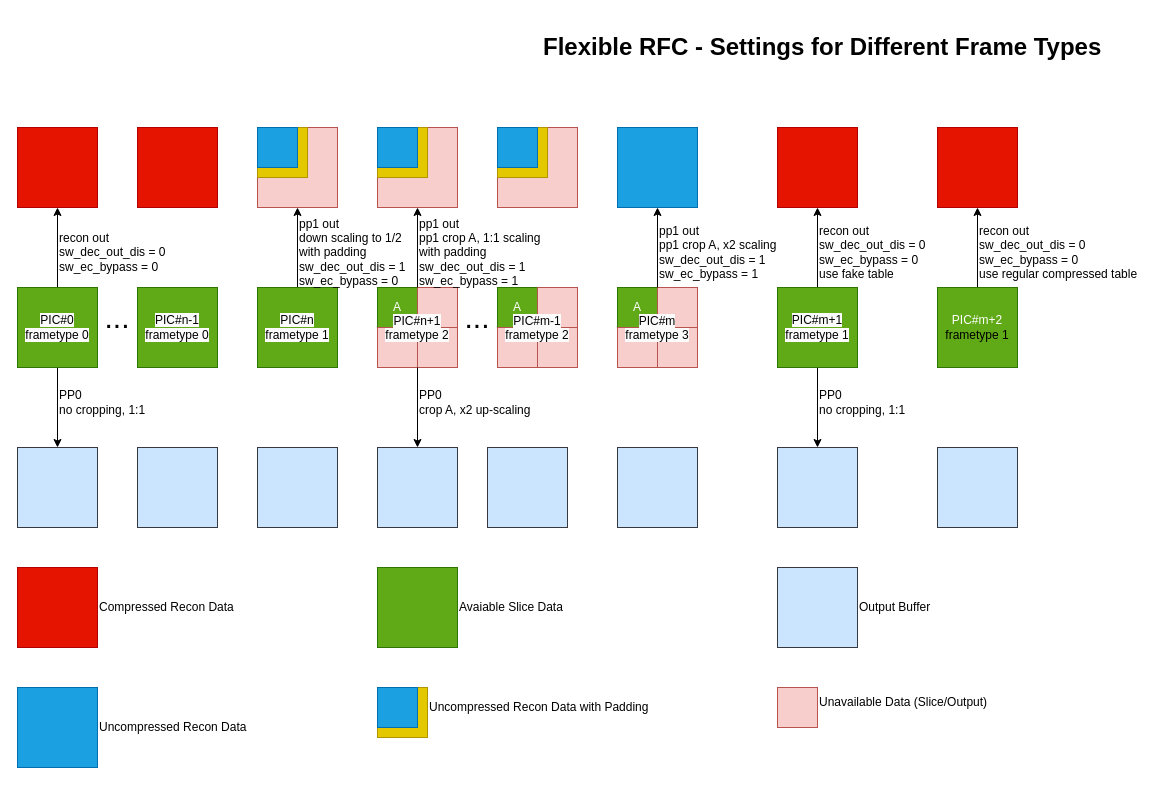
Before: flexible_compression.drawio in chenmin82/diagrams, a draw.io diagram. Source tidied: cells renumbered, new cells numbered last; positions are measured from the earlier drawing's top-left corner, leaving out a move shared by most shapes. Both pictures are drawn from the tidied source at 100%, with x=0, y=0 at pixel (17, 27).
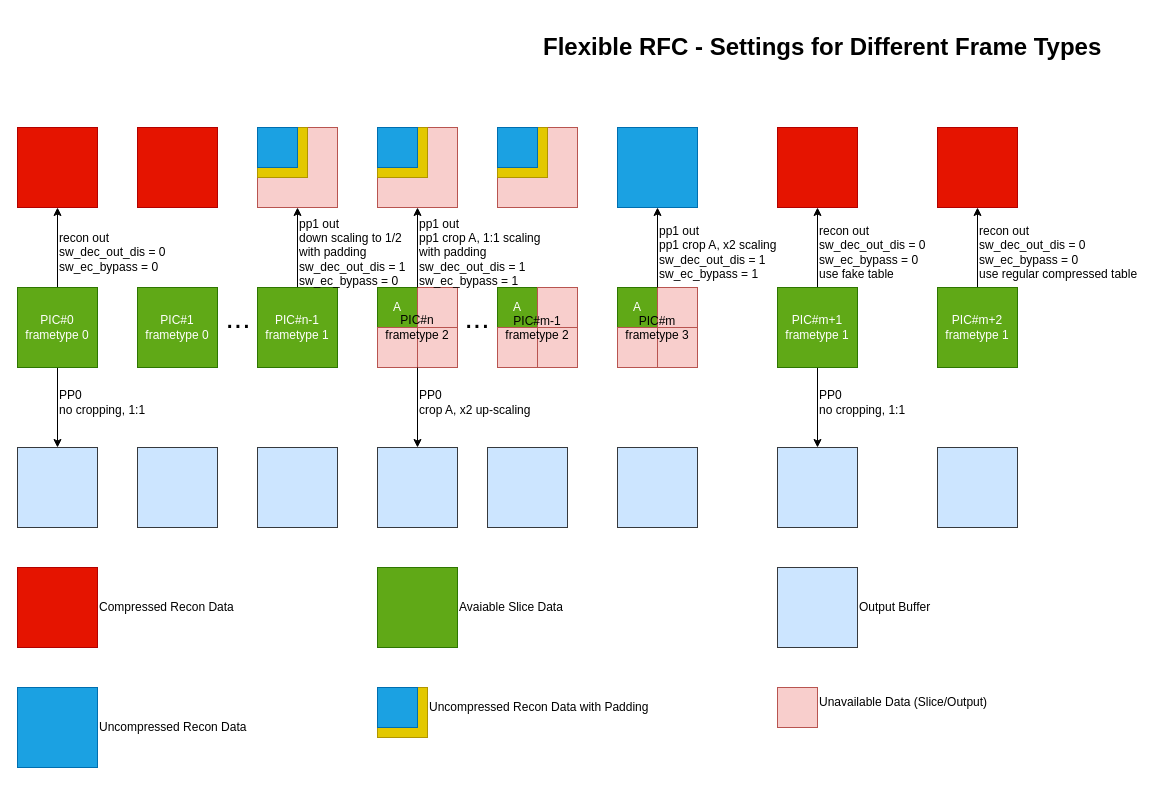
The same diagram, later.

The change refers to these unchanged cells:
```xml
<mxCell id="14" style="group;fillColor=none;" parent="1" vertex="1">
  <mxGeometry x="480" y="260" width="80" height="80" as="geometry" />
</mxCell>
<mxCell id="20" style="group;fillColor=none;" parent="1" vertex="1">
  <mxGeometry x="600" y="260" width="80" height="80" as="geometry" />
</mxCell>
```

The edit, as a diff of the source:
```diff
@@
-    <mxCell id="2" value="&lt;span style=&quot;color: rgb(0, 0, 0); font-family: Helvetica; font-size: 12px; font-style: normal; font-variant-ligatures: normal; font-variant-caps: normal; font-weight: 400; letter-spacing: normal; orphans: 2; text-align: center; text-indent: 0px; text-transform: none; widows: 2; word-spacing: 0px; -webkit-text-stroke-width: 0px; background-color: rgb(251, 251, 251); text-decoration-thickness: initial; text-decoration-style: initial; text-decoration-color: initial; float: none; display: inline !important;&quot;&gt;PIC#n-1&lt;/span&gt;&lt;br style=&quot;border-color: var(--border-color); color: rgb(0, 0, 0); font-family: Helvetica; font-size: 12px; font-style: normal; font-variant-ligatures: normal; font-variant-caps: normal; font-weight: 400; letter-spacing: normal; orphans: 2; text-align: center; text-indent: 0px; text-transform: none; widows: 2; word-spacing: 0px; -webkit-text-stroke-width: 0px; background-color: rgb(251, 251, 251); text-decoration-thickness: initial; text-decoration-style: initial; text-decoration-color: initial;&quot;&gt;&lt;span style=&quot;color: rgb(0, 0, 0); font-family: Helvetica; font-size: 12px; font-style: normal; font-variant-ligatures: normal; font-variant-caps: normal; font-weight: 400; letter-spacing: normal; orphans: 2; text-align: center; text-indent: 0px; text-transform: none; widows: 2; word-spacing: 0px; -webkit-text-stroke-width: 0px; background-color: rgb(251, 251, 251); text-decoration-thickness: initial; text-decoration-style: initial; text-decoration-color: initial; float: none; display: inline !important;&quot;&gt;frametype 0&lt;/span&gt;&lt;br&gt;" style="rounded=0;whiteSpace=wrap;html=1;fillColor=#60a917;fontColor=#ffffff;strokeColor=#2D7600;" parent="1" vertex="1">
+    <mxCell id="2" value="&lt;font&gt;PIC#1 frametype 0&lt;/font&gt;" style="rounded=0;whiteSpace=wrap;html=1;fillColor=#60a917;fontColor=#FFFFFF;strokeColor=#2D7600;labelBackgroundColor=none;" parent="1" vertex="1">
       <mxGeometry x="120" y="260" width="80" height="80" as="geometry" />
     </mxCell>
-    <mxCell id="3" style="group;fillColor=none;" parent="1" vertex="1">
-      <mxGeometry x="360" y="260" width="80" height="80" as="geometry" />
+    <mxCell id="3" style="group;fillColor=none;labelBackgroundColor=none;whiteSpace=wrap;html=1;" parent="1" vertex="1">
+      <mxGeometry x="360" y="260" width="100" height="80" as="geometry" />
     </mxCell>
@@
-    <mxCell id="8" value="&lt;span style=&quot;color: rgb(0, 0, 0); font-family: Helvetica; font-size: 12px; font-style: normal; font-variant-ligatures: normal; font-variant-caps: normal; font-weight: 400; letter-spacing: normal; orphans: 2; text-indent: 0px; text-transform: none; widows: 2; word-spacing: 0px; -webkit-text-stroke-width: 0px; background-color: rgb(251, 251, 251); text-decoration-thickness: initial; text-decoration-style: initial; text-decoration-color: initial; float: none; display: inline !important;&quot;&gt;PIC#n+1&lt;/span&gt;&lt;br style=&quot;border-color: var(--border-color); color: rgb(0, 0, 0); font-family: Helvetica; font-size: 12px; font-style: normal; font-variant-ligatures: normal; font-variant-caps: normal; font-weight: 400; letter-spacing: normal; orphans: 2; text-indent: 0px; text-transform: none; widows: 2; word-spacing: 0px; -webkit-text-stroke-width: 0px; background-color: rgb(251, 251, 251); text-decoration-thickness: initial; text-decoration-style: initial; text-decoration-color: initial;&quot;&gt;&lt;span style=&quot;color: rgb(0, 0, 0); font-family: Helvetica; font-size: 12px; font-style: normal; font-variant-ligatures: normal; font-variant-caps: normal; font-weight: 400; letter-spacing: normal; orphans: 2; text-indent: 0px; text-transform: none; widows: 2; word-spacing: 0px; -webkit-text-stroke-width: 0px; background-color: rgb(251, 251, 251); text-decoration-thickness: initial; text-decoration-style: initial; text-decoration-color: initial; float: none; display: inline !important;&quot;&gt;frametype 2&lt;/span&gt;" style="text;whiteSpace=wrap;html=1;align=center;" parent="3" vertex="1">
-      <mxGeometry y="20" width="80" height="40" as="geometry" />
-    </mxCell>
+    <mxCell id="81" value="&lt;span style=&quot;border-color: var(--border-color); color: rgb(0, 0, 0); font-family: Helvetica; font-size: 12px; font-style: normal; font-variant-ligatures: normal; font-variant-caps: normal; font-weight: 400; letter-spacing: normal; orphans: 2; text-align: center; text-indent: 0px; text-transform: none; widows: 2; word-spacing: 0px; -webkit-text-stroke-width: 0px; text-decoration-thickness: initial; text-decoration-style: initial; text-decoration-color: initial; float: none; display: inline !important;&quot;&gt;PIC#n&lt;/span&gt;&lt;br style=&quot;border-color: var(--border-color); color: rgb(0, 0, 0); font-family: Helvetica; font-size: 12px; font-style: normal; font-variant-ligatures: normal; font-variant-caps: normal; font-weight: 400; letter-spacing: normal; orphans: 2; text-align: center; text-indent: 0px; text-transform: none; widows: 2; word-spacing: 0px; -webkit-text-stroke-width: 0px; text-decoration-thickness: initial; text-decoration-style: initial; text-decoration-color: initial;&quot;&gt;&lt;span style=&quot;border-color: var(--border-color); color: rgb(0, 0, 0); font-family: Helvetica; font-size: 12px; font-style: normal; font-variant-ligatures: normal; font-variant-caps: normal; font-weight: 400; letter-spacing: normal; orphans: 2; text-align: center; text-indent: 0px; text-transform: none; widows: 2; word-spacing: 0px; -webkit-text-stroke-width: 0px; text-decoration-thickness: initial; text-decoration-style: initial; text-decoration-color: initial; float: none; display: inline !important;&quot;&gt;frametype 2&lt;/span&gt;" style="rounded=0;whiteSpace=wrap;html=1;opacity=0;" parent="3" vertex="1">
+      <mxGeometry y="15" width="80" height="50" as="geometry" />
+    </mxCell>
@@
-    <mxCell id="11" value="&lt;span style=&quot;color: rgb(0, 0, 0); font-family: Helvetica; font-size: 12px; font-style: normal; font-variant-ligatures: normal; font-variant-caps: normal; font-weight: 400; letter-spacing: normal; orphans: 2; text-align: center; text-indent: 0px; text-transform: none; widows: 2; word-spacing: 0px; -webkit-text-stroke-width: 0px; background-color: rgb(251, 251, 251); text-decoration-thickness: initial; text-decoration-style: initial; text-decoration-color: initial; float: none; display: inline !important;&quot;&gt;PIC#0&lt;/span&gt;&lt;br style=&quot;border-color: var(--border-color); color: rgb(0, 0, 0); font-family: Helvetica; font-size: 12px; font-style: normal; font-variant-ligatures: normal; font-variant-caps: normal; font-weight: 400; letter-spacing: normal; orphans: 2; text-align: center; text-indent: 0px; text-transform: none; widows: 2; word-spacing: 0px; -webkit-text-stroke-width: 0px; background-color: rgb(251, 251, 251); text-decoration-thickness: initial; text-decoration-style: initial; text-decoration-color: initial;&quot;&gt;&lt;span style=&quot;color: rgb(0, 0, 0); font-family: Helvetica; font-size: 12px; font-style: normal; font-variant-ligatures: normal; font-variant-caps: normal; font-weight: 400; letter-spacing: normal; orphans: 2; text-align: center; text-indent: 0px; text-transform: none; widows: 2; word-spacing: 0px; -webkit-text-stroke-width: 0px; background-color: rgb(251, 251, 251); text-decoration-thickness: initial; text-decoration-style: initial; text-decoration-color: initial; float: none; display: inline !important;&quot;&gt;frametype 0&lt;/span&gt;&lt;br&gt;" style="rounded=0;whiteSpace=wrap;html=1;fillColor=#60a917;fontColor=#ffffff;strokeColor=#2D7600;" parent="1" vertex="1">
+    <mxCell id="11" value="PIC#0 frametype 0" style="rounded=0;whiteSpace=wrap;html=1;fillColor=#60a917;fontColor=#ffffff;strokeColor=#2D7600;" parent="1" vertex="1">
       <mxGeometry y="260" width="80" height="80" as="geometry" />
     </mxCell>
@@
-    <mxCell id="13" value="&lt;span style=&quot;color: rgb(0, 0, 0); font-family: Helvetica; font-size: 12px; font-style: normal; font-variant-ligatures: normal; font-variant-caps: normal; font-weight: 400; letter-spacing: normal; orphans: 2; text-align: center; text-indent: 0px; text-transform: none; widows: 2; word-spacing: 0px; -webkit-text-stroke-width: 0px; background-color: rgb(251, 251, 251); text-decoration-thickness: initial; text-decoration-style: initial; text-decoration-color: initial; float: none; display: inline !important;&quot;&gt;PIC#n&lt;/span&gt;&lt;br style=&quot;border-color: var(--border-color); color: rgb(0, 0, 0); font-family: Helvetica; font-size: 12px; font-style: normal; font-variant-ligatures: normal; font-variant-caps: normal; font-weight: 400; letter-spacing: normal; orphans: 2; text-align: center; text-indent: 0px; text-transform: none; widows: 2; word-spacing: 0px; -webkit-text-stroke-width: 0px; background-color: rgb(251, 251, 251); text-decoration-thickness: initial; text-decoration-style: initial; text-decoration-color: initial;&quot;&gt;&lt;span style=&quot;color: rgb(0, 0, 0); font-family: Helvetica; font-size: 12px; font-style: normal; font-variant-ligatures: normal; font-variant-caps: normal; font-weight: 400; letter-spacing: normal; orphans: 2; text-align: center; text-indent: 0px; text-transform: none; widows: 2; word-spacing: 0px; -webkit-text-stroke-width: 0px; background-color: rgb(251, 251, 251); text-decoration-thickness: initial; text-decoration-style: initial; text-decoration-color: initial; float: none; display: inline !important;&quot;&gt;frametype 1&lt;/span&gt;&lt;br&gt;" style="rounded=0;whiteSpace=wrap;html=1;fillColor=#60a917;fontColor=#ffffff;strokeColor=#2D7600;" parent="1" vertex="1">
+    <mxCell id="13" value="&lt;span style=&quot;font-family: Helvetica; font-size: 12px; font-style: normal; font-variant-ligatures: normal; font-variant-caps: normal; font-weight: 400; letter-spacing: normal; orphans: 2; text-align: center; text-indent: 0px; text-transform: none; widows: 2; word-spacing: 0px; -webkit-text-stroke-width: 0px; text-decoration-thickness: initial; text-decoration-style: initial; text-decoration-color: initial; float: none; display: inline !important;&quot;&gt;PIC#n-1&lt;/span&gt;&lt;br style=&quot;border-color: var(--border-color); font-family: Helvetica; font-size: 12px; font-style: normal; font-variant-ligatures: normal; font-variant-caps: normal; font-weight: 400; letter-spacing: normal; orphans: 2; text-align: center; text-indent: 0px; text-transform: none; widows: 2; word-spacing: 0px; -webkit-text-stroke-width: 0px; text-decoration-thickness: initial; text-decoration-style: initial; text-decoration-color: initial;&quot;&gt;&lt;span style=&quot;font-family: Helvetica; font-size: 12px; font-style: normal; font-variant-ligatures: normal; font-variant-caps: normal; font-weight: 400; letter-spacing: normal; orphans: 2; text-align: center; text-indent: 0px; text-transform: none; widows: 2; word-spacing: 0px; -webkit-text-stroke-width: 0px; text-decoration-thickness: initial; text-decoration-style: initial; text-decoration-color: initial; float: none; display: inline !important;&quot;&gt;frametype 1&lt;/span&gt;" style="rounded=0;whiteSpace=wrap;html=1;fillColor=#60a917;fontColor=#FFFFFF;strokeColor=#2D7600;" parent="1" vertex="1">
       <mxGeometry x="240" y="260" width="80" height="80" as="geometry" />
     </mxCell>
@@
-    <mxCell id="19" value="&lt;span style=&quot;color: rgb(0, 0, 0); font-family: Helvetica; font-size: 12px; font-style: normal; font-variant-ligatures: normal; font-variant-caps: normal; font-weight: 400; letter-spacing: normal; orphans: 2; text-indent: 0px; text-transform: none; widows: 2; word-spacing: 0px; -webkit-text-stroke-width: 0px; background-color: rgb(251, 251, 251); text-decoration-thickness: initial; text-decoration-style: initial; text-decoration-color: initial; float: none; display: inline !important;&quot;&gt;PIC#m-1&lt;/span&gt;&lt;br style=&quot;border-color: var(--border-color); color: rgb(0, 0, 0); font-family: Helvetica; font-size: 12px; font-style: normal; font-variant-ligatures: normal; font-variant-caps: normal; font-weight: 400; letter-spacing: normal; orphans: 2; text-indent: 0px; text-transform: none; widows: 2; word-spacing: 0px; -webkit-text-stroke-width: 0px; background-color: rgb(251, 251, 251); text-decoration-thickness: initial; text-decoration-style: initial; text-decoration-color: initial;&quot;&gt;&lt;span style=&quot;color: rgb(0, 0, 0); font-family: Helvetica; font-size: 12px; font-style: normal; font-variant-ligatures: normal; font-variant-caps: normal; font-weight: 400; letter-spacing: normal; orphans: 2; text-indent: 0px; text-transform: none; widows: 2; word-spacing: 0px; -webkit-text-stroke-width: 0px; background-color: rgb(251, 251, 251); text-decoration-thickness: initial; text-decoration-style: initial; text-decoration-color: initial; float: none; display: inline !important;&quot;&gt;frametype 2&lt;/span&gt;" style="text;whiteSpace=wrap;html=1;align=center;" parent="14" vertex="1">
+    <mxCell id="19" value="&lt;span style=&quot;color: rgb(0, 0, 0); font-family: Helvetica; font-size: 12px; font-style: normal; font-variant-ligatures: normal; font-variant-caps: normal; font-weight: 400; letter-spacing: normal; orphans: 2; text-indent: 0px; text-transform: none; widows: 2; word-spacing: 0px; -webkit-text-stroke-width: 0px; text-decoration-thickness: initial; text-decoration-style: initial; text-decoration-color: initial; float: none; display: inline !important;&quot;&gt;PIC#m-1&lt;/span&gt;&lt;br style=&quot;border-color: var(--border-color); color: rgb(0, 0, 0); font-family: Helvetica; font-size: 12px; font-style: normal; font-variant-ligatures: normal; font-variant-caps: normal; font-weight: 400; letter-spacing: normal; orphans: 2; text-indent: 0px; text-transform: none; widows: 2; word-spacing: 0px; -webkit-text-stroke-width: 0px; text-decoration-thickness: initial; text-decoration-style: initial; text-decoration-color: initial;&quot;&gt;&lt;span style=&quot;color: rgb(0, 0, 0); font-family: Helvetica; font-size: 12px; font-style: normal; font-variant-ligatures: normal; font-variant-caps: normal; font-weight: 400; letter-spacing: normal; orphans: 2; text-indent: 0px; text-transform: none; widows: 2; word-spacing: 0px; -webkit-text-stroke-width: 0px; text-decoration-thickness: initial; text-decoration-style: initial; text-decoration-color: initial; float: none; display: inline !important;&quot;&gt;frametype 2&lt;/span&gt;" style="text;whiteSpace=wrap;html=1;align=center;opacity=0;" parent="14" vertex="1">
       <mxGeometry y="20" width="80" height="40" as="geometry" />
     </mxCell>
@@
-    <mxCell id="25" value="&lt;span style=&quot;color: rgb(0, 0, 0); font-family: Helvetica; font-size: 12px; font-style: normal; font-variant-ligatures: normal; font-variant-caps: normal; font-weight: 400; letter-spacing: normal; orphans: 2; text-indent: 0px; text-transform: none; widows: 2; word-spacing: 0px; -webkit-text-stroke-width: 0px; background-color: rgb(251, 251, 251); text-decoration-thickness: initial; text-decoration-style: initial; text-decoration-color: initial; float: none; display: inline !important;&quot;&gt;PIC#m&lt;/span&gt;&lt;br style=&quot;border-color: var(--border-color); color: rgb(0, 0, 0); font-family: Helvetica; font-size: 12px; font-style: normal; font-variant-ligatures: normal; font-variant-caps: normal; font-weight: 400; letter-spacing: normal; orphans: 2; text-indent: 0px; text-transform: none; widows: 2; word-spacing: 0px; -webkit-text-stroke-width: 0px; background-color: rgb(251, 251, 251); text-decoration-thickness: initial; text-decoration-style: initial; text-decoration-color: initial;&quot;&gt;&lt;span style=&quot;color: rgb(0, 0, 0); font-family: Helvetica; font-size: 12px; font-style: normal; font-variant-ligatures: normal; font-variant-caps: normal; font-weight: 400; letter-spacing: normal; orphans: 2; text-indent: 0px; text-transform: none; widows: 2; word-spacing: 0px; -webkit-text-stroke-width: 0px; background-color: rgb(251, 251, 251); text-decoration-thickness: initial; text-decoration-style: initial; text-decoration-color: initial; float: none; display: inline !important;&quot;&gt;frametype 3&lt;/span&gt;" style="text;whiteSpace=wrap;html=1;align=center;" parent="20" vertex="1">
+    <mxCell id="25" value="&lt;span style=&quot;color: rgb(0, 0, 0); font-family: Helvetica; font-size: 12px; font-style: normal; font-variant-ligatures: normal; font-variant-caps: normal; font-weight: 400; letter-spacing: normal; orphans: 2; text-indent: 0px; text-transform: none; widows: 2; word-spacing: 0px; -webkit-text-stroke-width: 0px; text-decoration-thickness: initial; text-decoration-style: initial; text-decoration-color: initial; float: none; display: inline !important;&quot;&gt;PIC#m&lt;/span&gt;&lt;br style=&quot;border-color: var(--border-color); color: rgb(0, 0, 0); font-family: Helvetica; font-size: 12px; font-style: normal; font-variant-ligatures: normal; font-variant-caps: normal; font-weight: 400; letter-spacing: normal; orphans: 2; text-indent: 0px; text-transform: none; widows: 2; word-spacing: 0px; -webkit-text-stroke-width: 0px; text-decoration-thickness: initial; text-decoration-style: initial; text-decoration-color: initial;&quot;&gt;&lt;span style=&quot;color: rgb(0, 0, 0); font-family: Helvetica; font-size: 12px; font-style: normal; font-variant-ligatures: normal; font-variant-caps: normal; font-weight: 400; letter-spacing: normal; orphans: 2; text-indent: 0px; text-transform: none; widows: 2; word-spacing: 0px; -webkit-text-stroke-width: 0px; text-decoration-thickness: initial; text-decoration-style: initial; text-decoration-color: initial; float: none; display: inline !important;&quot;&gt;frametype 3&lt;/span&gt;" style="text;whiteSpace=wrap;html=1;align=center;labelBackgroundColor=none;" parent="20" vertex="1">
       <mxGeometry y="20" width="80" height="40" as="geometry" />
     </mxCell>
@@
-    <mxCell id="28" value="&lt;span style=&quot;color: rgb(0, 0, 0); font-family: Helvetica; font-size: 12px; font-style: normal; font-variant-ligatures: normal; font-variant-caps: normal; font-weight: 400; letter-spacing: normal; orphans: 2; text-align: center; text-indent: 0px; text-transform: none; widows: 2; word-spacing: 0px; -webkit-text-stroke-width: 0px; background-color: rgb(251, 251, 251); text-decoration-thickness: initial; text-decoration-style: initial; text-decoration-color: initial; float: none; display: inline !important;&quot;&gt;PIC#m+1&lt;/span&gt;&lt;br style=&quot;border-color: var(--border-color); color: rgb(0, 0, 0); font-family: Helvetica; font-size: 12px; font-style: normal; font-variant-ligatures: normal; font-variant-caps: normal; font-weight: 400; letter-spacing: normal; orphans: 2; text-align: center; text-indent: 0px; text-transform: none; widows: 2; word-spacing: 0px; -webkit-text-stroke-width: 0px; background-color: rgb(251, 251, 251); text-decoration-thickness: initial; text-decoration-style: initial; text-decoration-color: initial;&quot;&gt;&lt;span style=&quot;color: rgb(0, 0, 0); font-family: Helvetica; font-size: 12px; font-style: normal; font-variant-ligatures: normal; font-variant-caps: normal; font-weight: 400; letter-spacing: normal; orphans: 2; text-align: center; text-indent: 0px; text-transform: none; widows: 2; word-spacing: 0px; -webkit-text-stroke-width: 0px; background-color: rgb(251, 251, 251); text-decoration-thickness: initial; text-decoration-style: initial; text-decoration-color: initial; float: none; display: inline !important;&quot;&gt;frametype 1&lt;/span&gt;&lt;br&gt;" style="rounded=0;whiteSpace=wrap;html=1;fillColor=#60a917;fontColor=#ffffff;strokeColor=#2D7600;" parent="1" vertex="1">
+    <mxCell id="28" value="&lt;span style=&quot;font-family: Helvetica; font-size: 12px; font-style: normal; font-variant-ligatures: normal; font-variant-caps: normal; font-weight: 400; letter-spacing: normal; orphans: 2; text-align: center; text-indent: 0px; text-transform: none; widows: 2; word-spacing: 0px; -webkit-text-stroke-width: 0px; text-decoration-thickness: initial; text-decoration-style: initial; text-decoration-color: initial; float: none; display: inline !important;&quot;&gt;PIC#m+1&lt;/span&gt;&lt;br style=&quot;border-color: var(--border-color); font-family: Helvetica; font-size: 12px; font-style: normal; font-variant-ligatures: normal; font-variant-caps: normal; font-weight: 400; letter-spacing: normal; orphans: 2; text-align: center; text-indent: 0px; text-transform: none; widows: 2; word-spacing: 0px; -webkit-text-stroke-width: 0px; text-decoration-thickness: initial; text-decoration-style: initial; text-decoration-color: initial;&quot;&gt;&lt;span style=&quot;font-family: Helvetica; font-size: 12px; font-style: normal; font-variant-ligatures: normal; font-variant-caps: normal; font-weight: 400; letter-spacing: normal; orphans: 2; text-align: center; text-indent: 0px; text-transform: none; widows: 2; word-spacing: 0px; -webkit-text-stroke-width: 0px; text-decoration-thickness: initial; text-decoration-style: initial; text-decoration-color: initial; float: none; display: inline !important;&quot;&gt;frametype 1&lt;/span&gt;" style="rounded=0;whiteSpace=wrap;html=1;fillColor=#60a917;fontColor=#ffffff;strokeColor=#2D7600;labelBackgroundColor=none;" parent="1" vertex="1">
       <mxGeometry x="760" y="260" width="80" height="80" as="geometry" />
     </mxCell>
@@
-    <mxCell id="30" value="PIC#m+2&lt;br style=&quot;border-color: var(--border-color); color: rgb(0, 0, 0);&quot;&gt;&lt;span style=&quot;color: rgb(0, 0, 0);&quot;&gt;frametype 1&lt;/span&gt;" style="rounded=0;whiteSpace=wrap;html=1;fillColor=#60a917;fontColor=#ffffff;strokeColor=#2D7600;" parent="1" vertex="1">
+    <mxCell id="30" value="PIC#m+2&lt;br style=&quot;border-color: var(--border-color);&quot;&gt;&lt;span style=&quot;&quot;&gt;frametype 1&lt;/span&gt;" style="rounded=0;whiteSpace=wrap;html=1;fillColor=#60a917;fontColor=#FFFFFF;strokeColor=#2D7600;" parent="1" vertex="1">
       <mxGeometry x="920" y="260" width="80" height="80" as="geometry" />
     </mxCell>
@@
     <mxCell id="61" value="..." style="text;html=1;strokeColor=none;fillColor=none;align=center;verticalAlign=middle;whiteSpace=wrap;rounded=0;fontSize=30;" parent="1" vertex="1">
-      <mxGeometry x="80" y="280" width="40" height="20" as="geometry" />
+      <mxGeometry x="201" y="280" width="40" height="20" as="geometry" />
     </mxCell>
```
